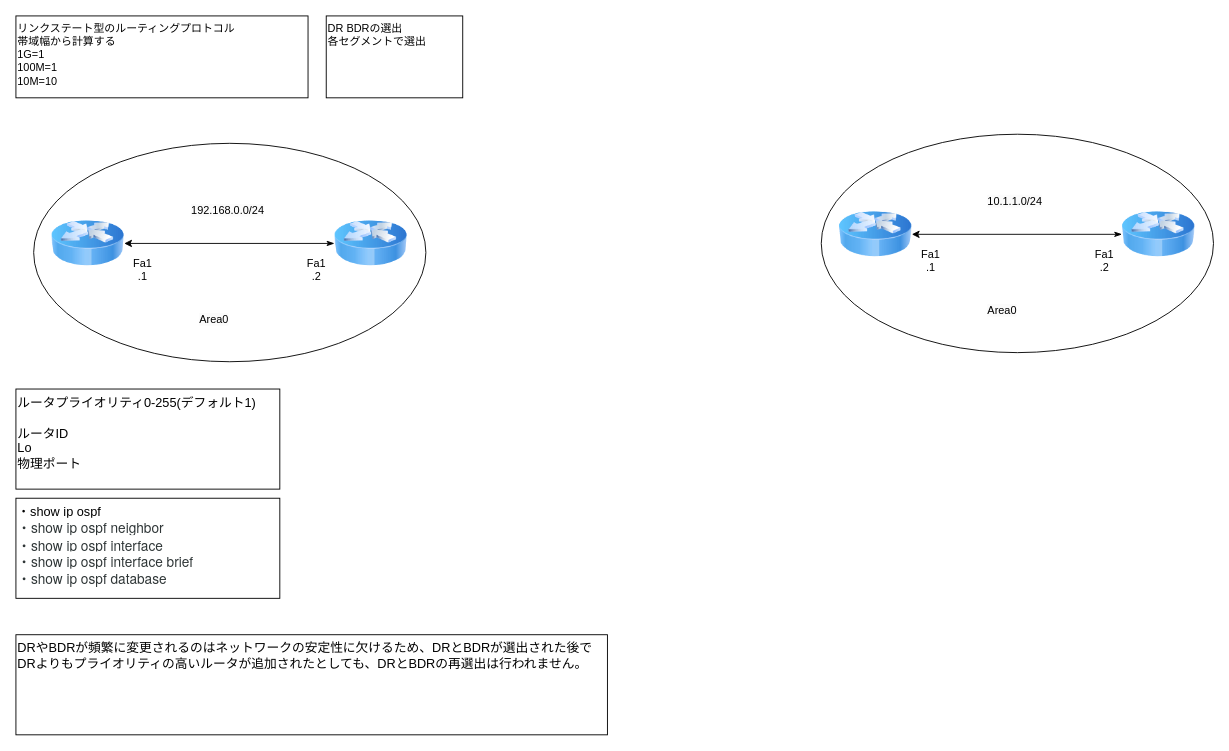
Earlier version of the draw.io diagram page "OSPF.RouteID" (4 of 4) of OSPF.drawio (kyforprogram/ccna). Source tidied: cells renumbered, new cells numbered last; positions are measured from the earlier drawing's top-left corner, leaving out a move shared by most shapes. Both pictures are drawn from the tidied source at 91%, with x=0, y=0 at pixel (15, 15).
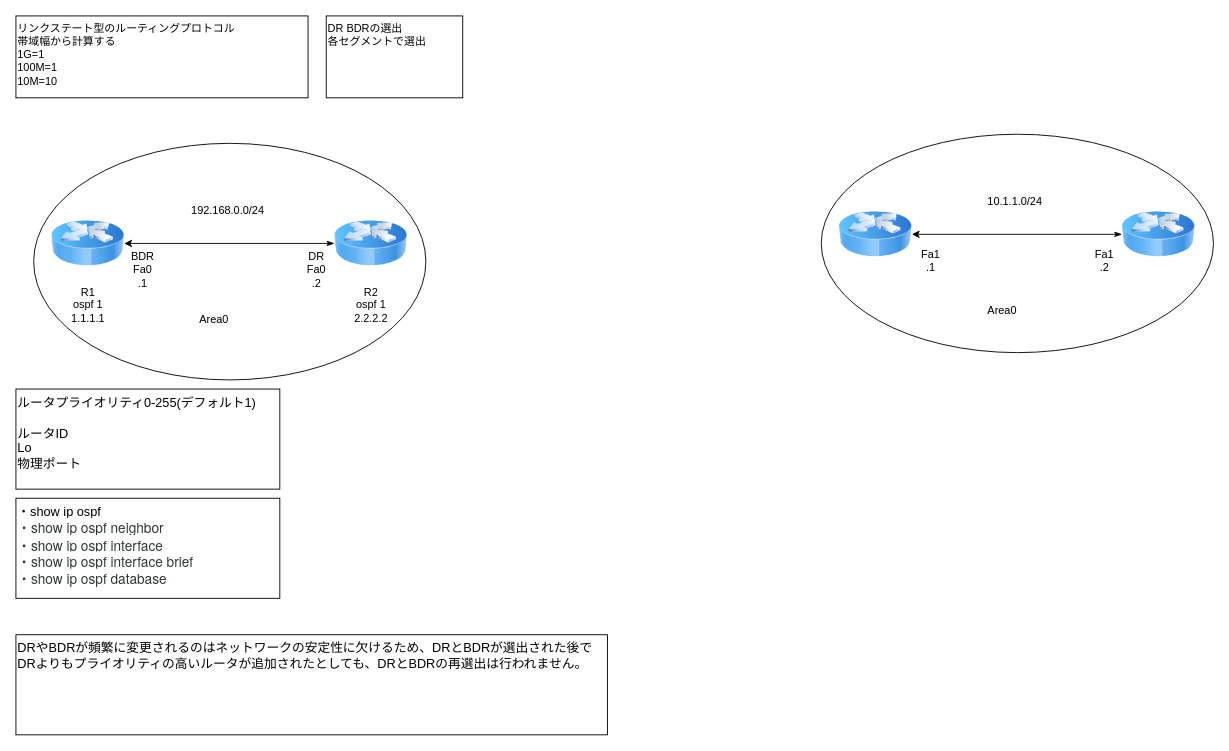
The same diagram, later.

The edit, as a diff of the source:
```diff
@@
     <mxCell id="2" style="ellipse;whiteSpace=wrap;html=1;strokeColor=default;fontFamily=Helvetica;fontSize=14;fontColor=default;fillColor=default;" parent="1" vertex="1">
-      <mxGeometry x="19.5" y="140" width="431" height="240" as="geometry" />
+      <mxGeometry x="19.5" y="140" width="431" height="260" as="geometry" />
     </mxCell>
-    <mxCell id="3" style="image;html=1;image=img/lib/clip_art/networking/Router_Icon_128x128.png;" parent="1" vertex="1">
+    <mxCell id="3" value="R1&lt;br&gt;ospf 1&lt;br&gt;1.1.1.1" style="image;html=1;image=img/lib/clip_art/networking/Router_Icon_128x128.png;" parent="1" vertex="1">
       <mxGeometry x="39" y="210" width="80" height="80" as="geometry" />
     </mxCell>
@@
-    <mxCell id="5" style="image;html=1;image=img/lib/clip_art/networking/Router_Icon_128x128.png;" parent="1" vertex="1">
+    <mxCell id="5" value="R2&lt;br&gt;ospf 1&lt;br&gt;2.2.2.2" style="image;html=1;image=img/lib/clip_art/networking/Router_Icon_128x128.png;" parent="1" vertex="1">
       <mxGeometry x="350" y="210" width="80" height="80" as="geometry" />
     </mxCell>
@@
-    <mxCell id="8" value="Fa1&lt;br&gt;.1" style="text;html=1;align=center;verticalAlign=middle;strokeColor=none;fillColor=none;" parent="1" vertex="1">
-      <mxGeometry x="119" y="259" width="40" height="40" as="geometry" />
+    <mxCell id="8" value="BDR&lt;br&gt;Fa0&lt;br&gt;.1" style="text;html=1;align=center;verticalAlign=middle;strokeColor=none;fillColor=none;" parent="1" vertex="1">
+      <mxGeometry x="114" y="249" width="50" height="60" as="geometry" />
     </mxCell>
-    <mxCell id="9" value="Fa1&lt;br&gt;.2" style="text;html=1;align=center;verticalAlign=middle;strokeColor=none;fillColor=none;" parent="1" vertex="1">
-      <mxGeometry x="310" y="259" width="40" height="40" as="geometry" />
+    <mxCell id="9" value="DR&lt;br&gt;Fa0&lt;br&gt;.2" style="text;html=1;align=center;verticalAlign=middle;strokeColor=none;fillColor=none;" parent="1" vertex="1">
+      <mxGeometry x="310" y="249" width="40" height="60" as="geometry" />
     </mxCell>
```
